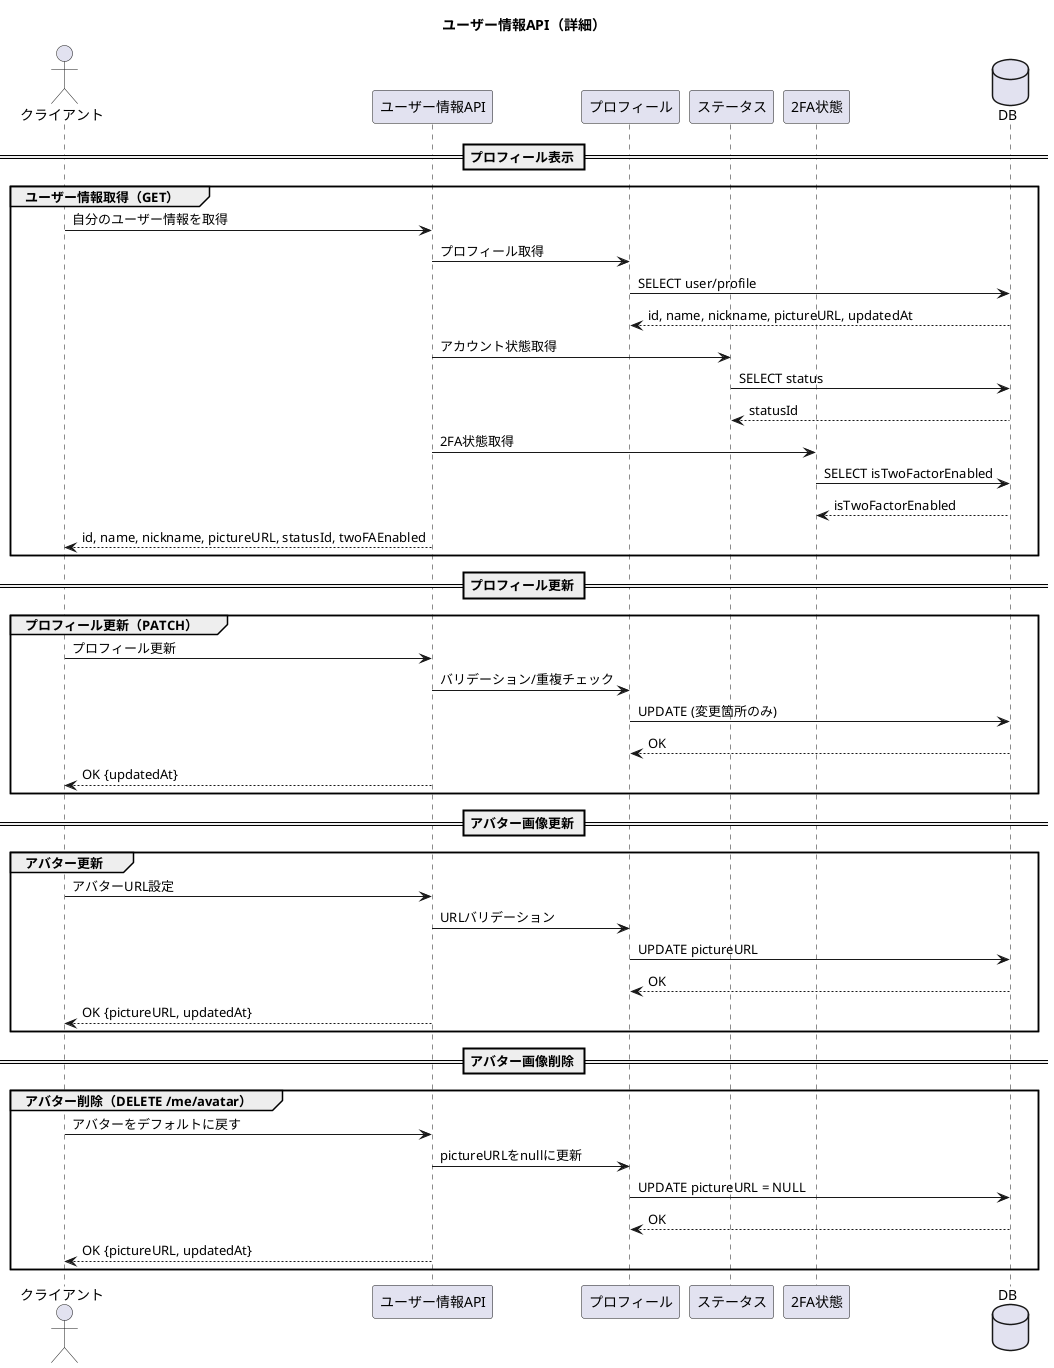
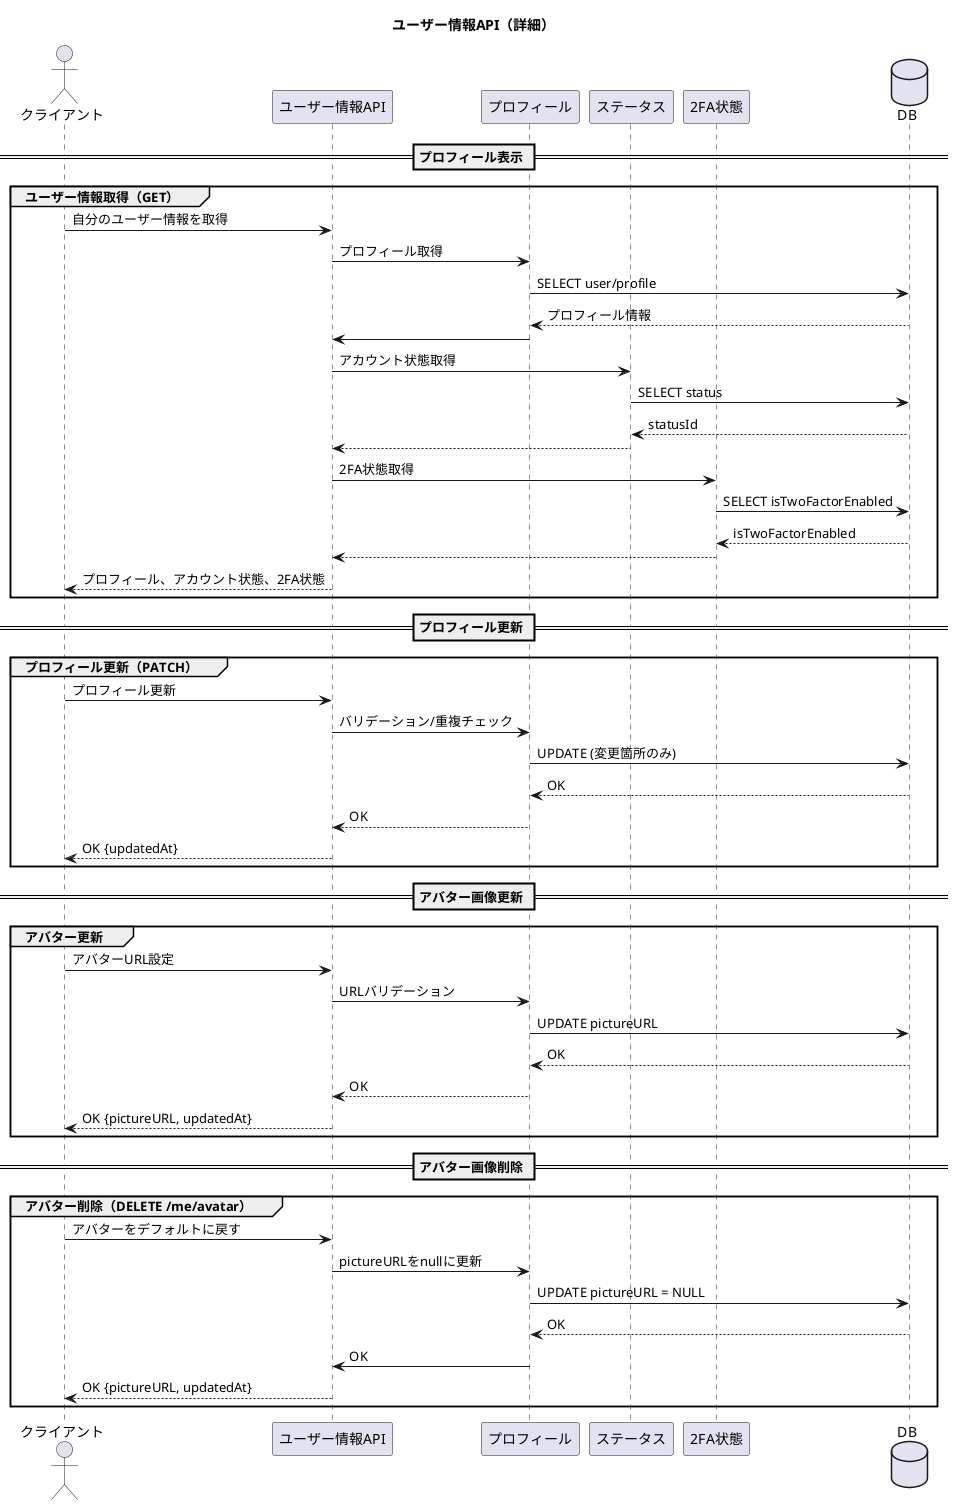
@startuml
title ユーザー情報API（詳細）

actor       クライアント as client
participant "ユーザー情報API" as user_info_api
participant "プロフィール" as profile
participant "ステータス" as status
participant "2FA状態" as twofacter
database    "DB" as db

== プロフィール表示 ==
group ユーザー情報取得（GET）
  client -> user_info_api: 自分のユーザー情報を取得
  user_info_api -> profile: プロフィール取得
  profile -> db: SELECT user/profile
-   db --> profile: id, name, nickname, pictureURL, updatedAt
+   db --> profile: プロフィール情報
+   profile -> user_info_api:

  user_info_api -> status: アカウント状態取得
  status -> db: SELECT status
  db --> status: statusId
+   status --> user_info_api:

  user_info_api -> twofacter: 2FA状態取得
  twofacter -> db: SELECT isTwoFactorEnabled
  db --> twofacter: isTwoFactorEnabled
+   twofacter --> user_info_api:

-   user_info_api --> client: id, name, nickname, pictureURL, statusId, twoFAEnabled
+   user_info_api --> client: プロフィール、アカウント状態、2FA状態
end group

== プロフィール更新 ==
group プロフィール更新（PATCH）
  client -> user_info_api: プロフィール更新
  user_info_api -> profile: バリデーション/重複チェック
  profile -> db: UPDATE (変更箇所のみ)
  db --> profile: OK
+   profile --> user_info_api: OK
  user_info_api --> client: OK {updatedAt}
end group

== アバター画像更新 ==
group アバター更新
  client -> user_info_api: アバターURL設定
  user_info_api -> profile: URLバリデーション
  profile -> db: UPDATE pictureURL
  db --> profile: OK
+   profile --> user_info_api: OK
  user_info_api --> client: OK {pictureURL, updatedAt}
end group

== アバター画像削除 ==
group アバター削除（DELETE /me/avatar）
  client -> user_info_api: アバターをデフォルトに戻す
  user_info_api -> profile: pictureURLをnullに更新
  profile -> db: UPDATE pictureURL = NULL
  db --> profile: OK
+   profile -> user_info_api: OK
  user_info_api --> client: OK {pictureURL, updatedAt}
end group

@enduml
